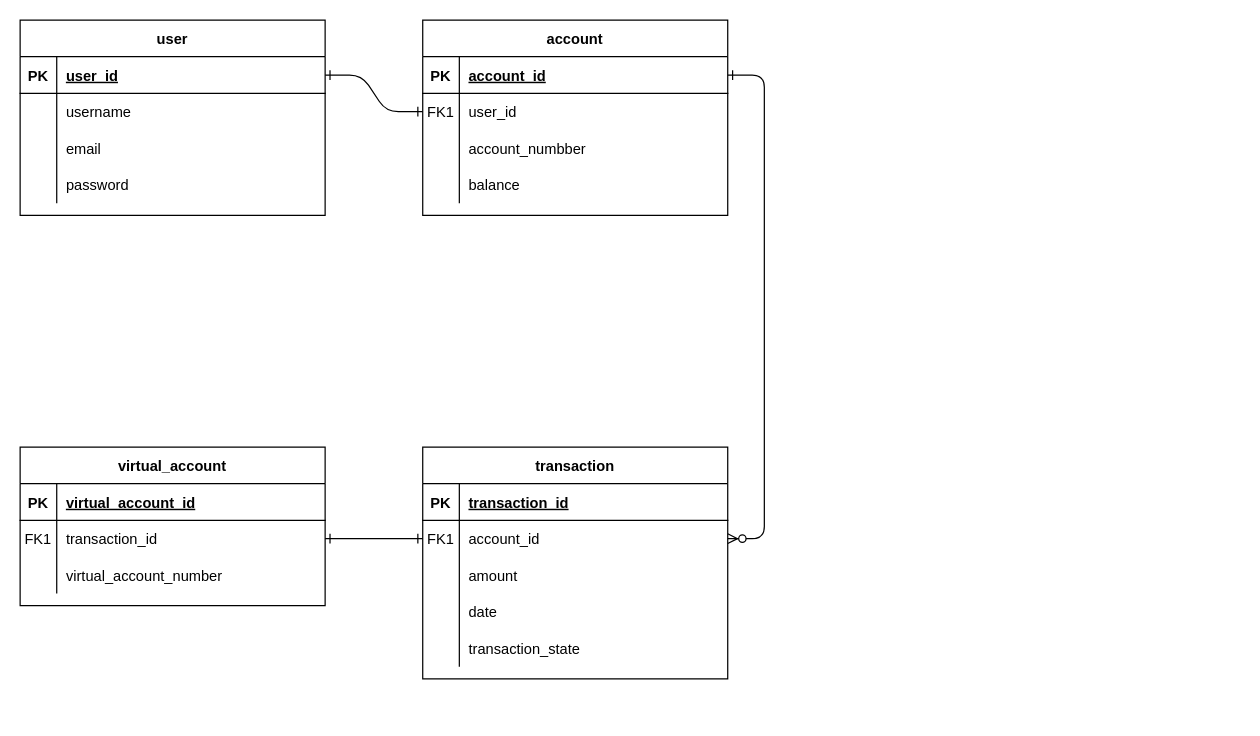
Above: database/payment.drawio in Orbit-2808/private-orbit-bank (draw.io), before the change. Source tidied: cells renumbered, new cells numbered last; positions are measured from the earlier drawing's top-left corner, leaving out a move shared by most shapes. Both pictures are drawn from the tidied source at 122%, with x=0, y=0 at pixel (20, 20).
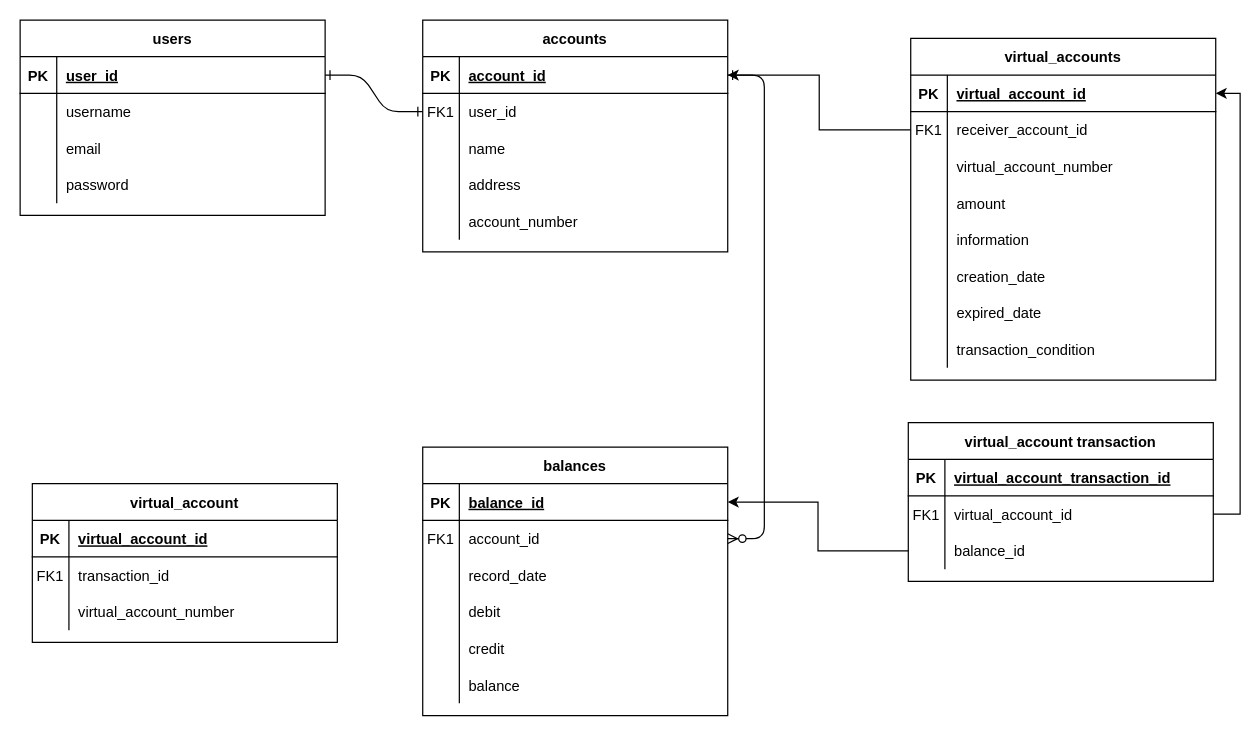
The same diagram, later.

Unchanged cells that the change refers to:
```xml
<mxCell id="5" style="shape=partialRectangle;fillColor=none;points=[[0,0.5],[1,0.5]];portConstraint=eastwest;top=0;left=0;right=0;bottom=1;" parent="4" vertex="1">
  <mxGeometry y="30" width="250" height="30" as="geometry" />
</mxCell>
<mxCell id="11" style="shape=partialRectangle;fillColor=none;top=0;left=0;right=0;bottom=0;" parent="4" vertex="1">
  <mxGeometry y="90" width="250" height="30" as="geometry" />
</mxCell>
<mxCell id="18" style="shape=partialRectangle;fillColor=none;points=[[0,0.5],[1,0.5]];portConstraint=eastwest;top=0;left=0;right=0;bottom=1;" parent="17" vertex="1">
  <mxGeometry y="30" width="250" height="30" as="geometry" />
</mxCell>
<mxCell id="21" style="shape=partialRectangle;fillColor=none;points=[[0,0.5],[1,0.5]];portConstraint=eastwest;top=0;left=0;right=0;bottom=0;" parent="17" vertex="1">
  <mxGeometry y="60" width="250" height="30" as="geometry" />
</mxCell>
<mxCell id="24" style="shape=partialRectangle;fillColor=none;top=0;left=0;right=0;bottom=0;" parent="17" vertex="1">
  <mxGeometry y="90" width="250" height="30" as="geometry" />
</mxCell>
<mxCell id="27" style="shape=partialRectangle;fillColor=none;top=0;left=0;right=0;bottom=0;" parent="17" vertex="1">
  <mxGeometry y="120" width="250" height="30" as="geometry" />
</mxCell>
<mxCell id="30" style="shape=partialRectangle;fillColor=none;top=0;left=0;right=0;bottom=0;" parent="17" vertex="1">
  <mxGeometry y="150" width="250" height="30" as="geometry" />
</mxCell>
<mxCell id="47" style="shape=partialRectangle;fillColor=none;points=[[0,0.5],[1,0.5]];portConstraint=eastwest;top=0;left=0;right=0;bottom=1;" parent="46" vertex="1">
  <mxGeometry y="30" width="250" height="30" as="geometry" />
</mxCell>
<mxCell id="50" style="shape=partialRectangle;fillColor=none;points=[[0,0.5],[1,0.5]];portConstraint=eastwest;top=0;left=0;right=0;bottom=0;" parent="46" vertex="1">
  <mxGeometry y="60" width="250" height="30" as="geometry" />
</mxCell>
```

The edit, as a diff of the source:
```diff
@@
-    <mxCell id="4" value="account" style="shape=table;startSize=30;childLayout=tableLayout;rowLines=0;fontStyle=1;align=center;" parent="1" vertex="1">
-      <mxGeometry x="330" width="250" height="160" as="geometry" />
+    <mxCell id="4" value="accounts" style="shape=table;startSize=30;childLayout=tableLayout;rowLines=0;fontStyle=1;align=center;" parent="1" vertex="1">
+      <mxGeometry x="330" width="250" height="190" as="geometry" />
     </mxCell>
@@
-    <mxCell id="13" value="account_numbber" style="shape=partialRectangle;overflow=hidden;fillColor=none;top=0;left=0;bottom=0;right=0;align=left;spacingLeft=6;" parent="11" vertex="1">
+    <mxCell id="13" value="name" style="shape=partialRectangle;overflow=hidden;fillColor=none;top=0;left=0;bottom=0;right=0;align=left;spacingLeft=6;" parent="11" vertex="1">
       <mxGeometry x="30" width="220" height="30" as="geometry" />
     </mxCell>
+    <mxCell id="57" style="shape=partialRectangle;fillColor=none;top=0;left=0;right=0;bottom=0;" parent="4" vertex="1">
+      <mxGeometry y="120" width="250" height="30" as="geometry" />
+    </mxCell>
+    <mxCell id="58" style="shape=partialRectangle;overflow=hidden;fillColor=none;top=0;left=0;bottom=0;right=0;" parent="57" vertex="1">
+      <mxGeometry width="30" height="30" as="geometry" />
+    </mxCell>
+    <mxCell id="59" value="address" style="shape=partialRectangle;overflow=hidden;fillColor=none;top=0;left=0;bottom=0;right=0;align=left;spacingLeft=6;" parent="57" vertex="1">
+      <mxGeometry x="30" width="220" height="30" as="geometry" />
+    </mxCell>
     <mxCell id="14" style="shape=partialRectangle;fillColor=none;top=0;left=0;right=0;bottom=0;" parent="4" vertex="1">
-      <mxGeometry y="120" width="250" height="30" as="geometry" />
+      <mxGeometry y="150" width="250" height="30" as="geometry" />
     </mxCell>
@@
-    <mxCell id="16" value="balance" style="shape=partialRectangle;overflow=hidden;fillColor=none;top=0;left=0;bottom=0;right=0;align=left;spacingLeft=6;" parent="14" vertex="1">
+    <mxCell id="16" value="account_number" style="shape=partialRectangle;overflow=hidden;fillColor=none;top=0;left=0;bottom=0;right=0;align=left;spacingLeft=6;" parent="14" vertex="1">
       <mxGeometry x="30" width="220" height="30" as="geometry" />
     </mxCell>
-    <mxCell id="17" value="transaction" style="shape=table;startSize=30;childLayout=tableLayout;rowLines=0;fontStyle=1;align=center;" parent="1" vertex="1">
-      <mxGeometry x="330" y="350" width="250" height="190" as="geometry" />
+    <mxCell id="17" value="balances" style="shape=table;startSize=30;childLayout=tableLayout;rowLines=0;fontStyle=1;align=center;" parent="1" vertex="1">
+      <mxGeometry x="330" y="350" width="250" height="220" as="geometry" />
     </mxCell>
@@
-    <mxCell id="20" value="transaction_id" style="shape=partialRectangle;overflow=hidden;fillColor=none;top=0;left=0;bottom=0;right=0;align=left;spacingLeft=6;fontStyle=5;" parent="18" vertex="1">
+    <mxCell id="20" value="balance_id" style="shape=partialRectangle;overflow=hidden;fillColor=none;top=0;left=0;bottom=0;right=0;align=left;spacingLeft=6;fontStyle=5;" parent="18" vertex="1">
       <mxGeometry x="30" width="220" height="30" as="geometry" />
     </mxCell>
@@
-    <mxCell id="26" value="amount" style="shape=partialRectangle;overflow=hidden;fillColor=none;top=0;left=0;bottom=0;right=0;align=left;spacingLeft=6;" parent="24" vertex="1">
+    <mxCell id="26" value="record_date" style="shape=partialRectangle;overflow=hidden;fillColor=none;top=0;left=0;bottom=0;right=0;align=left;spacingLeft=6;" parent="24" vertex="1">
       <mxGeometry x="30" width="220" height="30" as="geometry" />
     </mxCell>
@@
-    <mxCell id="29" value="date" style="shape=partialRectangle;overflow=hidden;fillColor=none;top=0;left=0;bottom=0;right=0;align=left;spacingLeft=6;" parent="27" vertex="1">
+    <mxCell id="29" value="debit" style="shape=partialRectangle;overflow=hidden;fillColor=none;top=0;left=0;bottom=0;right=0;align=left;spacingLeft=6;" parent="27" vertex="1">
       <mxGeometry x="30" width="220" height="30" as="geometry" />
     </mxCell>
@@
-    <mxCell id="32" value="transaction_state" style="shape=partialRectangle;overflow=hidden;fillColor=none;top=0;left=0;bottom=0;right=0;align=left;spacingLeft=6;" parent="30" vertex="1">
+    <mxCell id="32" value="credit" style="shape=partialRectangle;overflow=hidden;fillColor=none;top=0;left=0;bottom=0;right=0;align=left;spacingLeft=6;" parent="30" vertex="1">
       <mxGeometry x="30" width="220" height="30" as="geometry" />
     </mxCell>
+    <mxCell id="60" style="shape=partialRectangle;fillColor=none;top=0;left=0;right=0;bottom=0;" parent="17" vertex="1">
+      <mxGeometry y="180" width="250" height="30" as="geometry" />
+    </mxCell>
+    <mxCell id="61" style="shape=partialRectangle;overflow=hidden;fillColor=none;top=0;left=0;bottom=0;right=0;" parent="60" vertex="1">
+      <mxGeometry width="30" height="30" as="geometry" />
+    </mxCell>
+    <mxCell id="62" value="balance" style="shape=partialRectangle;overflow=hidden;fillColor=none;top=0;left=0;bottom=0;right=0;align=left;spacingLeft=6;" parent="60" vertex="1">
+      <mxGeometry x="30" width="220" height="30" as="geometry" />
+    </mxCell>
-    <mxCell id="33" value="user" style="shape=table;startSize=30;childLayout=tableLayout;rowLines=0;fontStyle=1;align=center;" parent="1" vertex="1">
+    <mxCell id="33" value="users" style="shape=table;startSize=30;childLayout=tableLayout;rowLines=0;fontStyle=1;align=center;" parent="1" vertex="1">
       <mxGeometry width="250" height="160" as="geometry" />
     </mxCell>
@@
-    <mxCell id="46" value="virtual_account" style="shape=table;startSize=30;childLayout=tableLayout;rowLines=0;fontStyle=1;align=center;" parent="1" vertex="1">
-      <mxGeometry y="350" width="250" height="130" as="geometry" />
+    <mxCell id="46" value="virtual_accounts" style="shape=table;startSize=30;childLayout=tableLayout;rowLines=0;fontStyle=1;align=center;" parent="1" vertex="1">
+      <mxGeometry x="730" y="15" width="250" height="280" as="geometry" />
     </mxCell>
@@
-    <mxCell id="52" value="transaction_id" style="shape=partialRectangle;overflow=hidden;fillColor=none;top=0;left=0;bottom=0;right=0;align=left;spacingLeft=6;" parent="50" vertex="1">
+    <mxCell id="52" value="receiver_account_id" style="shape=partialRectangle;overflow=hidden;fillColor=none;top=0;left=0;bottom=0;right=0;align=left;spacingLeft=6;" parent="50" vertex="1">
       <mxGeometry x="30" width="220" height="30" as="geometry" />
     </mxCell>
@@
-    <mxCell id="56" style="edgeStyle=orthogonalEdgeStyle;rounded=0;jettySize=auto;html=1;entryX=1;entryY=0.5;entryDx=0;entryDy=0;endArrow=ERone;endFill=0;startArrow=ERone;startFill=0;" parent="1" edge="1" source="21" target="50">
-      <mxGeometry relative="1" as="geometry" />
-    </mxCell>
+    <mxCell id="63" style="shape=partialRectangle;fillColor=none;top=0;left=0;right=0;bottom=0;" parent="46" vertex="1">
+      <mxGeometry y="120" width="250" height="30" as="geometry" />
+    </mxCell>
+    <mxCell id="64" style="shape=partialRectangle;overflow=hidden;fillColor=none;top=0;left=0;bottom=0;right=0;" parent="63" vertex="1">
+      <mxGeometry width="30" height="30" as="geometry" />
+    </mxCell>
+    <mxCell id="65" value="amount" style="shape=partialRectangle;overflow=hidden;fillColor=none;top=0;left=0;bottom=0;right=0;align=left;spacingLeft=6;" parent="63" vertex="1">
+      <mxGeometry x="30" width="220" height="30" as="geometry" />
+    </mxCell>
+    <mxCell id="66" style="shape=partialRectangle;fillColor=none;top=0;left=0;right=0;bottom=0;" parent="46" vertex="1">
+      <mxGeometry y="150" width="250" height="30" as="geometry" />
+    </mxCell>
+    <mxCell id="67" style="shape=partialRectangle;overflow=hidden;fillColor=none;top=0;left=0;bottom=0;right=0;" parent="66" vertex="1">
+      <mxGeometry width="30" height="30" as="geometry" />
+    </mxCell>
+    <mxCell id="68" value="information" style="shape=partialRectangle;overflow=hidden;fillColor=none;top=0;left=0;bottom=0;right=0;align=left;spacingLeft=6;" parent="66" vertex="1">
+      <mxGeometry x="30" width="220" height="30" as="geometry" />
+    </mxCell>
+    <mxCell id="69" style="shape=partialRectangle;fillColor=none;top=0;left=0;right=0;bottom=0;" parent="46" vertex="1">
+      <mxGeometry y="180" width="250" height="30" as="geometry" />
+    </mxCell>
+    <mxCell id="70" style="shape=partialRectangle;overflow=hidden;fillColor=none;top=0;left=0;bottom=0;right=0;" parent="69" vertex="1">
+      <mxGeometry width="30" height="30" as="geometry" />
+    </mxCell>
+    <mxCell id="71" value="creation_date" style="shape=partialRectangle;overflow=hidden;fillColor=none;top=0;left=0;bottom=0;right=0;align=left;spacingLeft=6;" parent="69" vertex="1">
+      <mxGeometry x="30" width="220" height="30" as="geometry" />
+    </mxCell>
+    <mxCell id="72" style="shape=partialRectangle;fillColor=none;top=0;left=0;right=0;bottom=0;" parent="46" vertex="1">
+      <mxGeometry y="210" width="250" height="30" as="geometry" />
+    </mxCell>
+    <mxCell id="73" style="shape=partialRectangle;overflow=hidden;fillColor=none;top=0;left=0;bottom=0;right=0;" parent="72" vertex="1">
+      <mxGeometry width="30" height="30" as="geometry" />
+    </mxCell>
+    <mxCell id="74" value="expired_date" style="shape=partialRectangle;overflow=hidden;fillColor=none;top=0;left=0;bottom=0;right=0;align=left;spacingLeft=6;" parent="72" vertex="1">
+      <mxGeometry x="30" width="220" height="30" as="geometry" />
+    </mxCell>
+    <mxCell id="75" style="shape=partialRectangle;fillColor=none;top=0;left=0;right=0;bottom=0;" parent="46" vertex="1">
+      <mxGeometry y="240" width="250" height="30" as="geometry" />
+    </mxCell>
+    <mxCell id="76" style="shape=partialRectangle;overflow=hidden;fillColor=none;top=0;left=0;bottom=0;right=0;" parent="75" vertex="1">
+      <mxGeometry width="30" height="30" as="geometry" />
+    </mxCell>
+    <mxCell id="77" value="transaction_condition" style="shape=partialRectangle;overflow=hidden;fillColor=none;top=0;left=0;bottom=0;right=0;align=left;spacingLeft=6;" parent="75" vertex="1">
+      <mxGeometry x="30" width="220" height="30" as="geometry" />
+    </mxCell>
+    <mxCell id="78" value="virtual_account" style="shape=table;startSize=30;childLayout=tableLayout;rowLines=0;fontStyle=1;align=center;" parent="1" vertex="1">
+      <mxGeometry x="10" y="380" width="250" height="130" as="geometry" />
+    </mxCell>
+    <mxCell id="79" style="shape=partialRectangle;fillColor=none;top=0;left=0;right=0;bottom=1;" parent="78" vertex="1">
+      <mxGeometry y="30" width="250" height="30" as="geometry" />
+    </mxCell>
+    <mxCell id="80" value="PK" style="shape=partialRectangle;overflow=hidden;fillColor=none;top=0;left=0;bottom=0;right=0;fontStyle=1;" parent="79" vertex="1">
+      <mxGeometry width="30" height="30" as="geometry" />
+    </mxCell>
+    <mxCell id="81" value="virtual_account_id" style="shape=partialRectangle;overflow=hidden;fillColor=none;top=0;left=0;bottom=0;right=0;align=left;spacingLeft=6;fontStyle=5;" parent="79" vertex="1">
+      <mxGeometry x="30" width="220" height="30" as="geometry" />
+    </mxCell>
+    <mxCell id="82" style="shape=partialRectangle;fillColor=none;top=0;left=0;right=0;bottom=0;" parent="78" vertex="1">
+      <mxGeometry y="60" width="250" height="30" as="geometry" />
+    </mxCell>
+    <mxCell id="83" value="FK1" style="shape=partialRectangle;overflow=hidden;fillColor=none;top=0;left=0;bottom=0;right=0;" parent="82" vertex="1">
+      <mxGeometry width="30" height="30" as="geometry" />
+    </mxCell>
+    <mxCell id="84" value="transaction_id" style="shape=partialRectangle;overflow=hidden;fillColor=none;top=0;left=0;bottom=0;right=0;align=left;spacingLeft=6;" parent="82" vertex="1">
+      <mxGeometry x="30" width="220" height="30" as="geometry" />
+    </mxCell>
+    <mxCell id="85" style="shape=partialRectangle;fillColor=none;top=0;left=0;right=0;bottom=0;" parent="78" vertex="1">
+      <mxGeometry y="90" width="250" height="30" as="geometry" />
+    </mxCell>
+    <mxCell id="86" style="shape=partialRectangle;overflow=hidden;fillColor=none;top=0;left=0;bottom=0;right=0;" parent="85" vertex="1">
+      <mxGeometry width="30" height="30" as="geometry" />
+    </mxCell>
+    <mxCell id="87" value="virtual_account_number" style="shape=partialRectangle;overflow=hidden;fillColor=none;top=0;left=0;bottom=0;right=0;align=left;spacingLeft=6;" parent="85" vertex="1">
+      <mxGeometry x="30" width="220" height="30" as="geometry" />
+    </mxCell>
+    <mxCell id="88" value="virtual_account transaction" style="shape=table;startSize=30;childLayout=tableLayout;rowLines=0;fontStyle=1;align=center;" parent="1" vertex="1">
+      <mxGeometry x="728" y="330" width="250" height="130" as="geometry" />
+    </mxCell>
+    <mxCell id="89" style="shape=partialRectangle;fillColor=none;top=0;left=0;right=0;bottom=1;" parent="88" vertex="1">
+      <mxGeometry y="30" width="250" height="30" as="geometry" />
+    </mxCell>
+    <mxCell id="90" value="PK" style="shape=partialRectangle;overflow=hidden;fillColor=none;top=0;left=0;bottom=0;right=0;fontStyle=1;" parent="89" vertex="1">
+      <mxGeometry width="30" height="30" as="geometry" />
+    </mxCell>
+    <mxCell id="91" value="virtual_account_transaction_id" style="shape=partialRectangle;overflow=hidden;fillColor=none;top=0;left=0;bottom=0;right=0;align=left;spacingLeft=6;fontStyle=5;" parent="89" vertex="1">
+      <mxGeometry x="30" width="220" height="30" as="geometry" />
+    </mxCell>
+    <mxCell id="92" style="shape=partialRectangle;fillColor=none;points=[[0,0.5],[1,0.5]];portConstraint=eastwest;top=0;left=0;right=0;bottom=0;" parent="88" vertex="1">
+      <mxGeometry y="60" width="250" height="30" as="geometry" />
+    </mxCell>
+    <mxCell id="93" value="FK1" style="shape=partialRectangle;overflow=hidden;fillColor=none;top=0;left=0;bottom=0;right=0;" parent="92" vertex="1">
+      <mxGeometry width="30" height="30" as="geometry" />
+    </mxCell>
+    <mxCell id="94" value="virtual_account_id" style="shape=partialRectangle;overflow=hidden;fillColor=none;top=0;left=0;bottom=0;right=0;align=left;spacingLeft=6;" parent="92" vertex="1">
+      <mxGeometry x="30" width="220" height="30" as="geometry" />
+    </mxCell>
+    <mxCell id="95" style="shape=partialRectangle;fillColor=none;points=[[0,0.5],[1,0.5]];portConstraint=eastwest;top=0;left=0;right=0;bottom=0;" parent="88" vertex="1">
+      <mxGeometry y="90" width="250" height="30" as="geometry" />
+    </mxCell>
+    <mxCell id="96" style="shape=partialRectangle;overflow=hidden;fillColor=none;top=0;left=0;bottom=0;right=0;" parent="95" vertex="1">
+      <mxGeometry width="30" height="30" as="geometry" />
+    </mxCell>
+    <mxCell id="97" value="balance_id" style="shape=partialRectangle;overflow=hidden;fillColor=none;top=0;left=0;bottom=0;right=0;align=left;spacingLeft=6;" parent="95" vertex="1">
+      <mxGeometry x="30" width="220" height="30" as="geometry" />
+    </mxCell>
+    <mxCell id="98" style="edgeStyle=orthogonalEdgeStyle;rounded=0;jettySize=auto;html=1;entryX=1;entryY=0.5;entryDx=0;entryDy=0;" parent="1" edge="1" source="50" target="5">
+      <mxGeometry relative="1" as="geometry" />
+    </mxCell>
+    <mxCell id="99" style="edgeStyle=orthogonalEdgeStyle;rounded=0;jettySize=auto;html=1;exitX=0;exitY=0.5;exitDx=0;exitDy=0;entryX=1;entryY=0.5;entryDx=0;entryDy=0;" parent="1" edge="1" source="95" target="18">
+      <mxGeometry relative="1" as="geometry" />
+    </mxCell>
+    <mxCell id="100" style="edgeStyle=orthogonalEdgeStyle;rounded=0;jettySize=auto;html=1;exitX=1;exitY=0.5;exitDx=0;exitDy=0;entryX=1;entryY=0.5;entryDx=0;entryDy=0;" parent="1" edge="1" source="92" target="47">
+      <mxGeometry relative="1" as="geometry" />
+    </mxCell>
```
